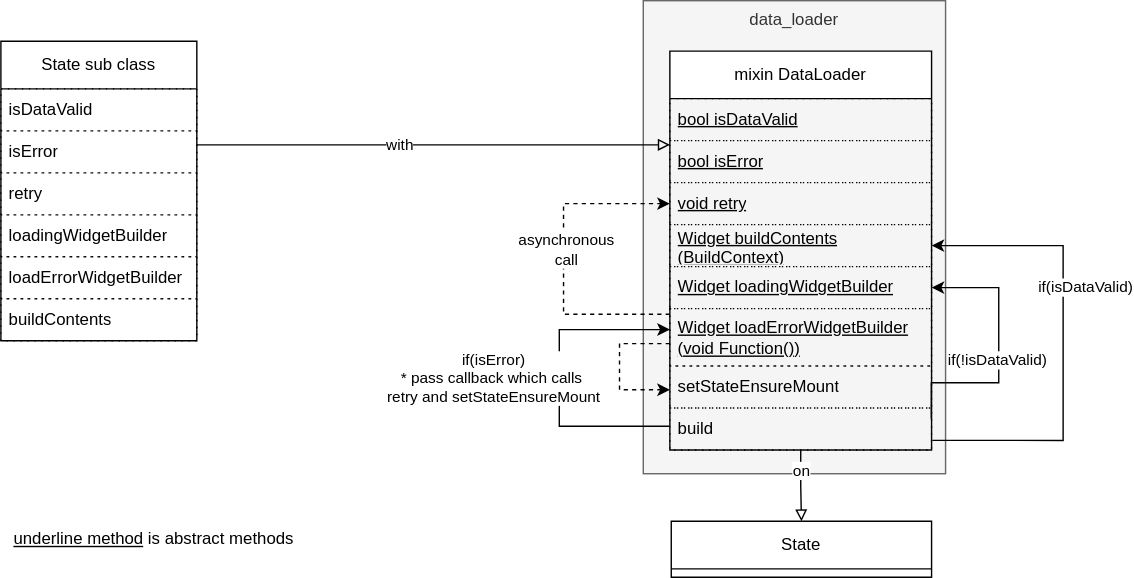
Above: doc/svg/structure.drawio.svg in megur0/data_loader (draw.io), before the change. Source tidied: cells renumbered, new cells last; positions are measured from the earlier drawing's top-left corner, leaving out a move shared by most shapes.
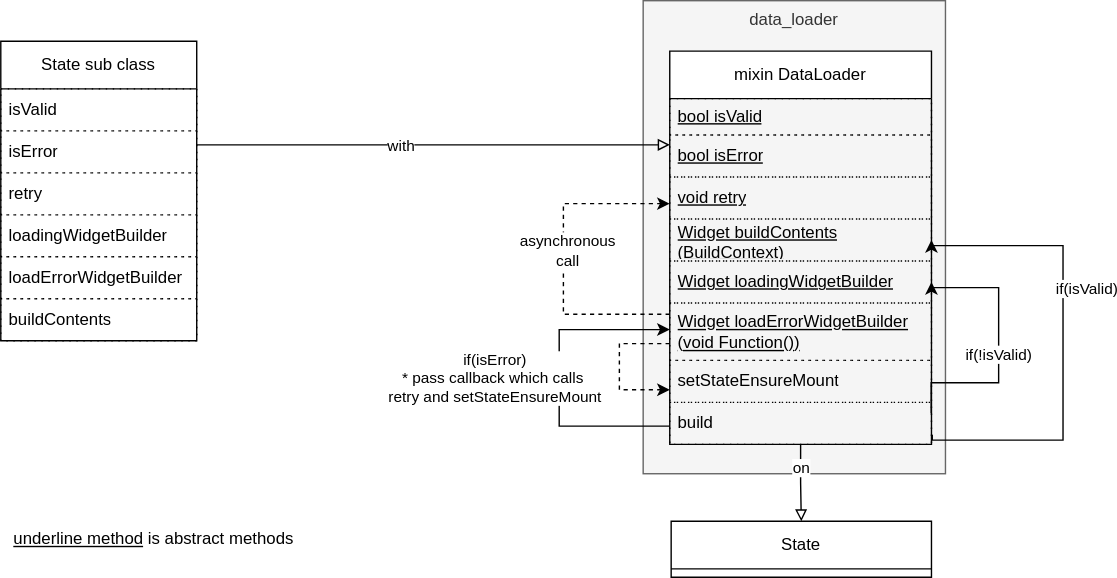
Above is the later version.

Change to the diagram source:
```diff
@@ -6,25 +6,25 @@
       <mxGeometry x="459" width="216" height="338" as="geometry" />
     </mxCell>
     <mxCell id="3" value="mixin DataLoader" style="swimlane;fontStyle=0;horizontal=1;startSize=34;whiteSpace=wrap;html=1;" parent="1" vertex="1">
-      <mxGeometry x="478" y="36" width="187" height="285" as="geometry" />
+      <mxGeometry x="478" y="36" width="187" height="281" as="geometry" />
     </mxCell>
-    <mxCell id="4" value="bool isDataValid" style="text;strokeColor=default;fillColor=none;align=left;verticalAlign=middle;spacingLeft=4;spacingRight=4;overflow=hidden;whiteSpace=wrap;html=1;fontStyle=4;dashed=1;dashPattern=1 4;" parent="3" vertex="1">
-      <mxGeometry y="34" width="187" height="30" as="geometry" />
+    <mxCell id="4" value="bool isValid" style="text;strokeColor=default;fillColor=none;align=left;verticalAlign=middle;spacingLeft=4;spacingRight=4;overflow=hidden;whiteSpace=wrap;html=1;fontStyle=4;dashed=1;dashPattern=1 4;" parent="3" vertex="1">
+      <mxGeometry y="34" width="187" height="26" as="geometry" />
     </mxCell>
     <mxCell id="5" value="bool isError" style="text;strokeColor=default;fillColor=none;align=left;verticalAlign=middle;spacingLeft=4;spacingRight=4;overflow=hidden;whiteSpace=wrap;html=1;fontStyle=4;dashed=1;dashPattern=1 4;" parent="3" vertex="1">
-      <mxGeometry y="64" width="187" height="30" as="geometry" />
+      <mxGeometry y="60" width="187" height="30" as="geometry" />
     </mxCell>
     <mxCell id="6" value="void retry" style="text;strokeColor=default;fillColor=none;align=left;verticalAlign=middle;spacingLeft=4;spacingRight=4;overflow=hidden;points=[[0,0.5],[1,0.5]];portConstraint=eastwest;whiteSpace=wrap;html=1;fontStyle=4;dashed=1;dashPattern=1 4;" parent="3" vertex="1">
-      <mxGeometry y="94" width="187" height="30" as="geometry" />
+      <mxGeometry y="90" width="187" height="30" as="geometry" />
     </mxCell>
     <mxCell id="7" value="Widget buildContents&lt;div&gt;(BuildContext)&lt;/div&gt;" style="text;strokeColor=default;fillColor=none;align=left;verticalAlign=middle;spacingLeft=4;spacingRight=4;overflow=hidden;points=[[0,0.5],[1,0.5]];portConstraint=eastwest;whiteSpace=wrap;html=1;fontStyle=4;dashed=1;dashPattern=1 4;" parent="3" vertex="1">
-      <mxGeometry y="124" width="187" height="30" as="geometry" />
+      <mxGeometry y="120" width="187" height="30" as="geometry" />
     </mxCell>
     <mxCell id="8" value="Widget loadingWidgetBuilder" style="text;strokeColor=default;fillColor=none;align=left;verticalAlign=middle;spacingLeft=4;spacingRight=4;overflow=hidden;points=[[0,0.5],[1,0.5]];portConstraint=eastwest;whiteSpace=wrap;html=1;fontStyle=4;dashed=1;dashPattern=1 4;" parent="3" vertex="1">
-      <mxGeometry y="154" width="187" height="30" as="geometry" />
+      <mxGeometry y="150" width="187" height="30" as="geometry" />
     </mxCell>
     <mxCell id="9" value="Widget loadErrorWidgetBuilder&lt;div&gt;(void Function())&lt;/div&gt;" style="text;strokeColor=default;fillColor=none;align=left;verticalAlign=middle;spacingLeft=4;spacingRight=4;overflow=hidden;points=[[0,0.5],[1,0.5]];portConstraint=eastwest;whiteSpace=wrap;html=1;fontStyle=4;dashed=1;dashPattern=1 4;" parent="3" vertex="1">
-      <mxGeometry y="184" width="187" height="41" as="geometry" />
+      <mxGeometry y="180" width="187" height="41" as="geometry" />
     </mxCell>
     <mxCell id="10" style="edgeStyle=orthogonalEdgeStyle;rounded=0;jettySize=auto;html=1;exitX=1.003;exitY=0.772;exitDx=0;exitDy=0;exitPerimeter=0;entryX=1;entryY=0.5;entryDx=0;entryDy=0;" parent="3" edge="1" source="13" target="7">
       <mxGeometry relative="1" as="geometry">
@@ -34,16 +34,16 @@
         </Array>
       </mxGeometry>
     </mxCell>
-    <mxCell id="11" value="if(isDataValid)" style="edgeLabel;html=1;align=center;verticalAlign=middle;" parent="10" vertex="1">
+    <mxCell id="11" value="if(isValid)" style="edgeLabel;html=1;align=center;verticalAlign=middle;" parent="10" vertex="1">
       <mxGeometry x="-0.05" y="1" relative="1" as="geometry">
         <mxPoint x="17" y="-48" as="offset" />
       </mxGeometry>
     </mxCell>
     <mxCell id="12" value="setStateEnsureMount" style="text;strokeColor=default;fillColor=none;align=left;verticalAlign=middle;spacingLeft=4;spacingRight=4;overflow=hidden;points=[[0,0.5],[1,0.5]];portConstraint=eastwest;whiteSpace=wrap;html=1;fontStyle=0;dashed=1;dashPattern=1 4;" parent="3" vertex="1">
-      <mxGeometry y="225" width="187" height="30" as="geometry" />
+      <mxGeometry y="221" width="187" height="30" as="geometry" />
     </mxCell>
     <mxCell id="13" value="build" style="text;strokeColor=default;fillColor=none;align=left;verticalAlign=middle;spacingLeft=4;spacingRight=4;overflow=hidden;points=[[0,0.5],[1,0.5]];portConstraint=eastwest;whiteSpace=wrap;html=1;fontStyle=0;dashed=1;dashPattern=1 4;" parent="3" vertex="1">
-      <mxGeometry y="255" width="187" height="30" as="geometry" />
+      <mxGeometry y="251" width="187" height="30" as="geometry" />
     </mxCell>
     <mxCell id="14" style="edgeStyle=orthogonalEdgeStyle;rounded=0;jettySize=auto;html=1;" parent="3" edge="1" source="13" target="9">
       <mxGeometry relative="1" as="geometry">
@@ -67,7 +67,7 @@
         </Array>
       </mxGeometry>
     </mxCell>
-    <mxCell id="17" value="if(!isDataValid)" style="edgeLabel;html=1;align=center;verticalAlign=middle;" parent="16" vertex="1">
+    <mxCell id="17" value="if(!isValid)" style="edgeLabel;html=1;align=center;verticalAlign=middle;" parent="16" vertex="1">
       <mxGeometry x="-0.05" y="1" relative="1" as="geometry" />
     </mxCell>
     <mxCell id="18" style="edgeStyle=orthogonalEdgeStyle;rounded=0;jettySize=auto;html=1;dashed=1;" parent="3" edge="1" source="9" target="6">
@@ -95,7 +95,7 @@
     <mxCell id="22" value="State sub class" style="swimlane;fontStyle=0;horizontal=1;startSize=34;whiteSpace=wrap;html=1;" parent="1" vertex="1">
       <mxGeometry y="29" width="140" height="214" as="geometry" />
     </mxCell>
-    <mxCell id="23" value="isDataValid" style="text;strokeColor=default;fillColor=none;align=left;verticalAlign=middle;spacingLeft=4;spacingRight=4;overflow=hidden;whiteSpace=wrap;html=1;fontStyle=0;dashed=1;dashPattern=1 4;" parent="22" vertex="1">
+    <mxCell id="23" value="isValid" style="text;strokeColor=default;fillColor=none;align=left;verticalAlign=middle;spacingLeft=4;spacingRight=4;overflow=hidden;whiteSpace=wrap;html=1;fontStyle=0;dashed=1;dashPattern=1 4;" parent="22" vertex="1">
       <mxGeometry y="34" width="140" height="30" as="geometry" />
     </mxCell>
     <mxCell id="24" value="isError" style="text;strokeColor=default;fillColor=none;align=left;verticalAlign=middle;spacingLeft=4;spacingRight=4;overflow=hidden;whiteSpace=wrap;html=1;fontStyle=0;dashed=1;dashPattern=1 4;" parent="22" vertex="1">
```
